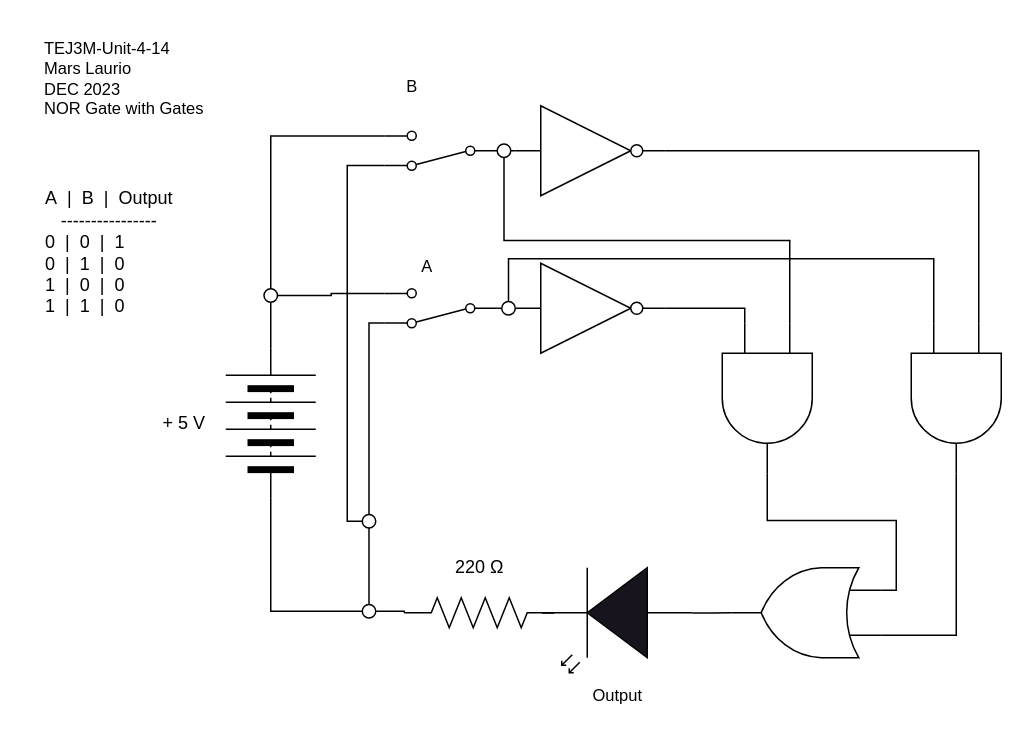
Above: Unit4-15/TEJ3M-Unit-4-15.drawio in Mars-Laurio/TEJ3M-Unit4 (draw.io), before the change. Source tidied: cells renumbered, new cells numbered last; positions are measured from the earlier drawing's top-left corner, leaving out a move shared by most shapes. Both pictures are drawn from the tidied source at 150%, with x=0, y=0 at pixel (26, 26).
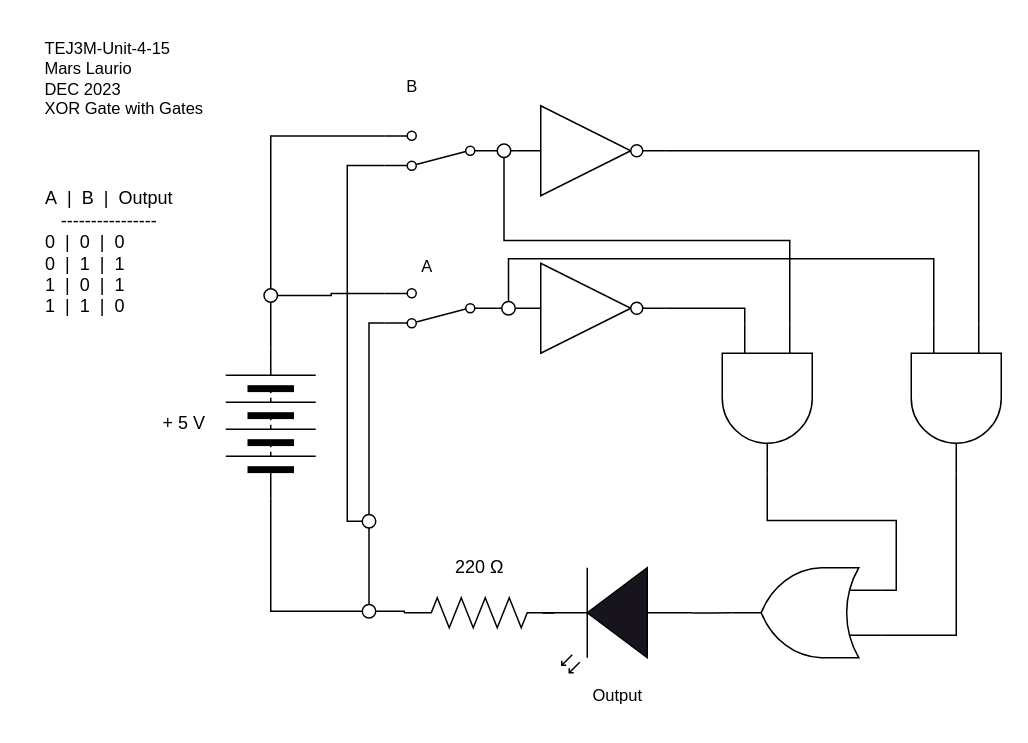
The same diagram, later.

Diff of the diagram source:
```diff
@@
-    <mxCell id="2" value="&lt;div style=&quot;text-align: left;&quot;&gt;&lt;span style=&quot;background-color: initial;&quot;&gt;TEJ3M-Unit-4-14&lt;/span&gt;&lt;/div&gt;&lt;div style=&quot;text-align: left;&quot;&gt;&lt;span style=&quot;background-color: initial;&quot;&gt;Mars Laurio&lt;/span&gt;&lt;/div&gt;&lt;div style=&quot;text-align: left;&quot;&gt;&lt;span style=&quot;background-color: initial;&quot;&gt;DEC 2023&lt;/span&gt;&lt;/div&gt;&lt;div style=&quot;text-align: left;&quot;&gt;&lt;span style=&quot;background-color: initial;&quot;&gt;NOR Gate with Gates&lt;/span&gt;&lt;/div&gt;" style="text;html=1;align=center;verticalAlign=middle;strokeColor=none;fillColor=none;fontSize=11;fontFamily=Helvetica;fontColor=default;" parent="1" vertex="1">
+    <mxCell id="2" value="&lt;div style=&quot;text-align: left;&quot;&gt;&lt;span style=&quot;background-color: initial;&quot;&gt;TEJ3M-Unit-4-15&lt;/span&gt;&lt;/div&gt;&lt;div style=&quot;text-align: left;&quot;&gt;&lt;span style=&quot;background-color: initial;&quot;&gt;Mars Laurio&lt;/span&gt;&lt;/div&gt;&lt;div style=&quot;text-align: left;&quot;&gt;&lt;span style=&quot;background-color: initial;&quot;&gt;DEC 2023&lt;/span&gt;&lt;/div&gt;&lt;div style=&quot;text-align: left;&quot;&gt;&lt;span style=&quot;background-color: initial;&quot;&gt;XOR Gate with Gates&lt;/span&gt;&lt;/div&gt;" style="text;html=1;align=center;verticalAlign=middle;strokeColor=none;fillColor=none;fontSize=11;fontFamily=Helvetica;fontColor=default;" parent="1" vertex="1">
       <mxGeometry width="130" height="70" as="geometry" />
     </mxCell>
-    <mxCell id="3" value="&lt;div style=&quot;text-align: left;&quot;&gt;&lt;span style=&quot;background-color: initial;&quot;&gt;A&amp;nbsp; |&amp;nbsp; B&amp;nbsp; |&amp;nbsp; Output&lt;/span&gt;&lt;/div&gt;----------------&lt;br&gt;&lt;div style=&quot;text-align: left;&quot;&gt;&lt;span style=&quot;background-color: initial;&quot;&gt;0&amp;nbsp; |&amp;nbsp; 0&amp;nbsp; |&amp;nbsp; 1&lt;/span&gt;&lt;/div&gt;&lt;div style=&quot;text-align: left;&quot;&gt;0&amp;nbsp; |&amp;nbsp; 1&amp;nbsp; |&amp;nbsp; 0&lt;/div&gt;&lt;div style=&quot;text-align: left;&quot;&gt;1&amp;nbsp; |&amp;nbsp; 0&amp;nbsp; |&amp;nbsp; 0&lt;/div&gt;&lt;div style=&quot;text-align: left;&quot;&gt;1&amp;nbsp; |&amp;nbsp; 1&amp;nbsp; |&amp;nbsp; 0&lt;/div&gt;" style="text;html=1;align=center;verticalAlign=middle;strokeColor=none;fillColor=none;" parent="1" vertex="1">
+    <mxCell id="3" value="&lt;div style=&quot;text-align: left;&quot;&gt;&lt;span style=&quot;background-color: initial;&quot;&gt;A&amp;nbsp; |&amp;nbsp; B&amp;nbsp; |&amp;nbsp; Output&lt;/span&gt;&lt;/div&gt;----------------&lt;br&gt;&lt;div style=&quot;text-align: left;&quot;&gt;&lt;span style=&quot;background-color: initial;&quot;&gt;0&amp;nbsp; |&amp;nbsp; 0&amp;nbsp; |&amp;nbsp; 0&lt;/span&gt;&lt;/div&gt;&lt;div style=&quot;text-align: left;&quot;&gt;0&amp;nbsp; |&amp;nbsp; 1&amp;nbsp; |&amp;nbsp; 1&lt;/div&gt;&lt;div style=&quot;text-align: left;&quot;&gt;1&amp;nbsp; |&amp;nbsp; 0&amp;nbsp; |&amp;nbsp; 1&lt;/div&gt;&lt;div style=&quot;text-align: left;&quot;&gt;1&amp;nbsp; |&amp;nbsp; 1&amp;nbsp; |&amp;nbsp; 0&lt;/div&gt;" style="text;html=1;align=center;verticalAlign=middle;strokeColor=none;fillColor=none;" parent="1" vertex="1">
       <mxGeometry y="101" width="110" height="100" as="geometry" />
     </mxCell>
```
